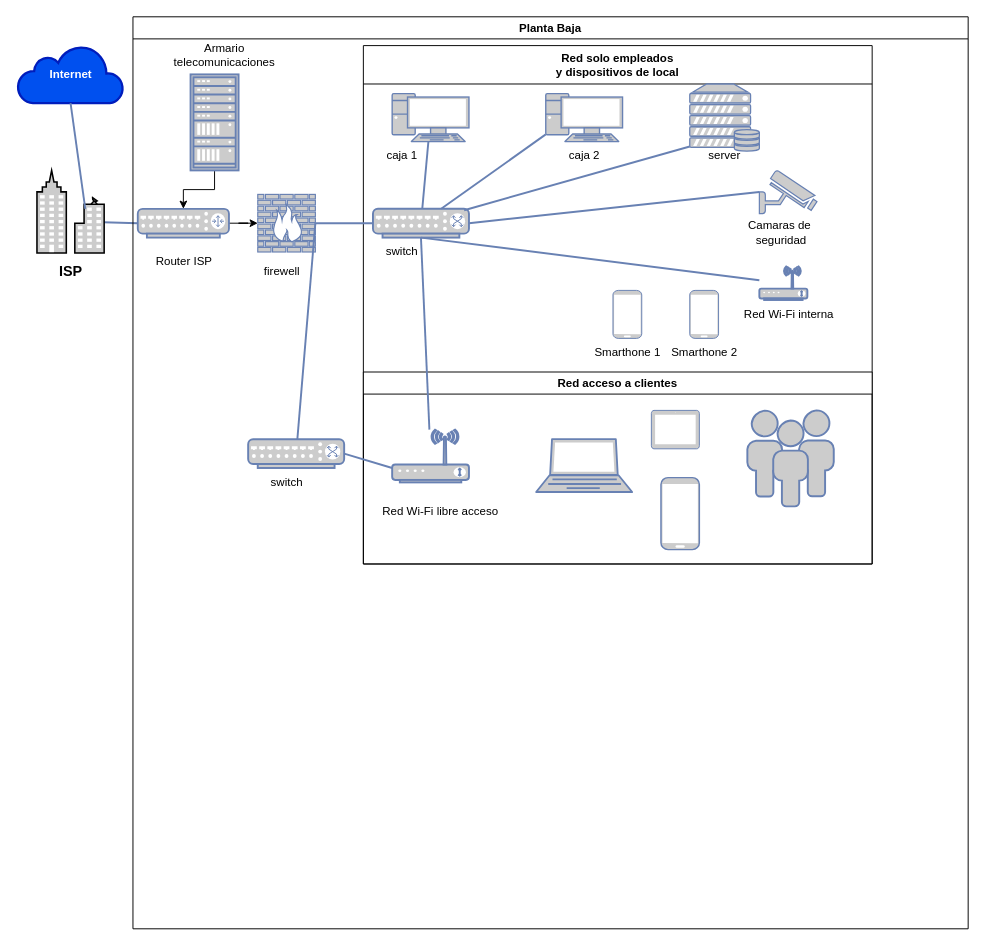
Above: Diagrama-red5-Melgarejo.drawio in monick96/diagramasVarios (draw.io), before the change. Source tidied: cells renumbered, new cells numbered last; positions are measured from the earlier drawing's top-left corner, leaving out a move shared by most shapes. Both pictures are drawn from the tidied source at 96%, with x=0, y=0 at pixel (17, 16).
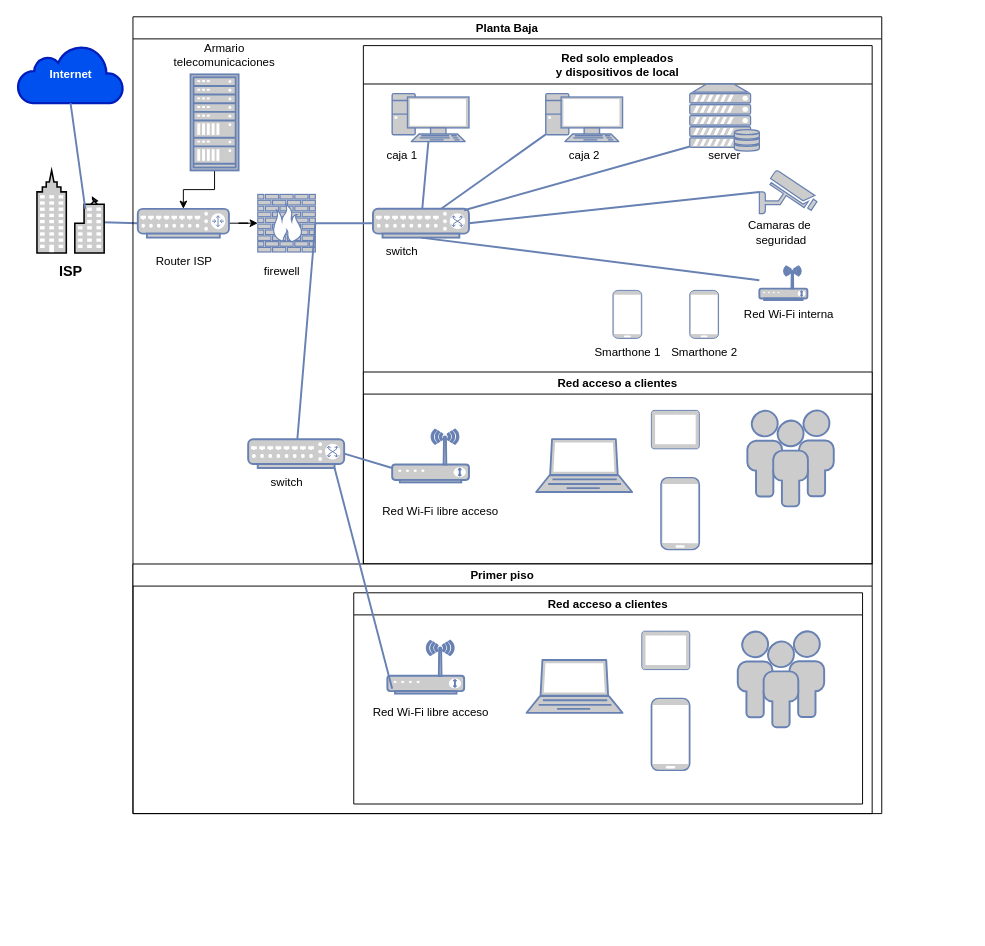
Above is the later version.

The change refers to these unchanged cells:
```xml
<mxCell id="23" style="fontColor=#0066CC;verticalAlign=top;verticalLabelPosition=bottom;labelPosition=center;align=center;html=1;outlineConnect=0;fillColor=#CCCCCC;strokeColor=#6881B3;gradientColor=none;gradientDirection=north;strokeWidth=2;shape=mxgraph.networks.switch;" parent="15" vertex="1">
  <mxGeometry x="10" y="170" width="100" height="30" as="geometry" />
</mxCell>
<mxCell id="43" style="fontColor=#0066CC;verticalAlign=top;verticalLabelPosition=bottom;labelPosition=center;align=center;html=1;outlineConnect=0;fillColor=#CCCCCC;strokeColor=#6881B3;gradientColor=none;gradientDirection=north;strokeWidth=2;shape=mxgraph.networks.wireless_modem;" parent="6" vertex="1">
  <mxGeometry x="270" y="430" width="80" height="55" as="geometry" />
</mxCell>
<mxCell id="45" style="fontColor=#0066CC;verticalAlign=top;verticalLabelPosition=bottom;labelPosition=center;align=center;html=1;outlineConnect=0;fillColor=#CCCCCC;strokeColor=#6881B3;gradientColor=none;gradientDirection=north;strokeWidth=2;shape=mxgraph.networks.switch;" parent="6" vertex="1">
  <mxGeometry x="120" y="440" width="100" height="30" as="geometry" />
</mxCell>
```

What changed in the source:
```diff
@@
     <mxCell id="6" value="Planta Baja" style="swimlane;" parent="1" vertex="1">
-      <mxGeometry x="120" width="870" height="950" as="geometry" />
+      <mxGeometry x="120" width="780" height="830" as="geometry" />
     </mxCell>
@@
-    <mxCell id="44" style="edgeStyle=none;rounded=0;html=1;labelBackgroundColor=none;endArrow=none;strokeColor=#6881B3;strokeWidth=2;fontFamily=Verdana;fontSize=28;fontColor=#0066CC;exitX=0.5;exitY=1;exitDx=0;exitDy=0;exitPerimeter=0;" parent="6" edge="1" source="23" target="43">
-      <mxGeometry relative="1" as="geometry" />
-    </mxCell>
@@
+    <mxCell id="51" value="Primer piso" style="swimlane;" parent="6" vertex="1">
+      <mxGeometry y="570" width="770" height="260" as="geometry" />
+    </mxCell>
+    <mxCell id="52" value="Red acceso a clientes" style="swimlane;" parent="51" vertex="1">
+      <mxGeometry x="230" y="30" width="530" height="220" as="geometry" />
+    </mxCell>
+    <mxCell id="53" value="Red Wi-Fi libre acceso" style="text;html=1;align=center;verticalAlign=middle;strokeColor=none;fillColor=none;" parent="52" vertex="1">
+      <mxGeometry x="10" y="110" width="140" height="30" as="geometry" />
+    </mxCell>
+    <mxCell id="54" style="fontColor=#0066CC;verticalAlign=top;verticalLabelPosition=bottom;labelPosition=center;align=center;html=1;fillColor=#CCCCCC;strokeColor=#6881B3;gradientColor=none;gradientDirection=north;strokeWidth=2;shape=mxgraph.networks.users;" parent="52" vertex="1">
+      <mxGeometry x="400" y="40" width="90" height="100" as="geometry" />
+    </mxCell>
+    <mxCell id="55" style="fontColor=#0066CC;verticalAlign=top;verticalLabelPosition=bottom;labelPosition=center;align=center;html=1;fillColor=#CCCCCC;strokeColor=#6881B3;gradientColor=none;gradientDirection=north;strokeWidth=2;shape=mxgraph.networks.tablet;" parent="52" vertex="1">
+      <mxGeometry x="300" y="40" width="50" height="40" as="geometry" />
+    </mxCell>
+    <mxCell id="56" style="fontColor=#0066CC;verticalAlign=top;verticalLabelPosition=bottom;labelPosition=center;align=center;html=1;fillColor=#CCCCCC;strokeColor=#6881B3;gradientColor=none;gradientDirection=north;strokeWidth=2;shape=mxgraph.networks.mobile;" parent="52" vertex="1">
+      <mxGeometry x="310" y="110" width="40" height="75" as="geometry" />
+    </mxCell>
+    <mxCell id="57" style="fontColor=#0066CC;verticalAlign=top;verticalLabelPosition=bottom;labelPosition=center;align=center;html=1;fillColor=#CCCCCC;strokeColor=#6881B3;gradientColor=none;gradientDirection=north;strokeWidth=2;shape=mxgraph.networks.laptop;" parent="52" vertex="1">
+      <mxGeometry x="180" y="70" width="100" height="55" as="geometry" />
+    </mxCell>
+    <mxCell id="58" style="fontColor=#0066CC;verticalAlign=top;verticalLabelPosition=bottom;labelPosition=center;align=center;html=1;outlineConnect=0;fillColor=#CCCCCC;strokeColor=#6881B3;gradientColor=none;gradientDirection=north;strokeWidth=2;shape=mxgraph.networks.wireless_modem;" parent="52" vertex="1">
+      <mxGeometry x="35" y="50" width="80" height="55" as="geometry" />
+    </mxCell>
+    <mxCell id="59" style="edgeStyle=none;rounded=0;html=1;labelBackgroundColor=none;endArrow=none;strokeColor=#6881B3;strokeWidth=2;fontFamily=Verdana;fontSize=28;fontColor=#0066CC;exitX=0.063;exitY=0.909;exitDx=0;exitDy=0;exitPerimeter=0;entryX=0.9;entryY=1;entryDx=0;entryDy=0;entryPerimeter=0;" parent="6" edge="1" source="58" target="45">
+      <mxGeometry relative="1" as="geometry" />
+    </mxCell>
```
